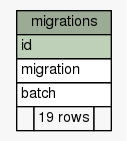
Earlier version of the Graphviz export web/app/database/schema/diagrams/summary/migrations.1degree.png (joaonzangoII/flightbookingsystem). Its source is kept beside it as web/app/database/schema/diagrams/summary/migrations.1degree.dot. Its diagram source:
```dot
digraph "migrations" {
  graph [
    rankdir="RL"
    bgcolor="#f7f7f7"
    nodesep="0.18"
    ranksep="0.46"
    fontname="Helvetica"
    fontsize="11"
  ];
  node [
    fontname="Helvetica"
    fontsize="11"
    shape="plaintext"
  ];
  edge [
    arrowsize="0.8"
  ];
  "migrations" [
    label=<
    <TABLE BORDER="0" CELLBORDER="1" CELLSPACING="0" BGCOLOR="#ffffff">
      <TR><TD COLSPAN="3" BGCOLOR="#9bab96" ALIGN="CENTER">migrations</TD></TR>
      <TR><TD PORT="id" COLSPAN="3" BGCOLOR="#bed1b8" ALIGN="LEFT">id</TD></TR>
      <TR><TD PORT="migration" COLSPAN="3" ALIGN="LEFT">migration</TD></TR>
      <TR><TD PORT="batch" COLSPAN="3" ALIGN="LEFT">batch</TD></TR>
      <TR><TD ALIGN="LEFT" BGCOLOR="#f7f7f7">  </TD><TD ALIGN="RIGHT" BGCOLOR="#f7f7f7">19 rows</TD><TD ALIGN="RIGHT" BGCOLOR="#f7f7f7">  </TD></TR>
    </TABLE>>
    URL="tables/migrations.html"
    tooltip="migrations"
  ];
}
```
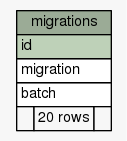
The same diagram one commit later.

What changed in the source:
```diff
@@ -22,7 +22,7 @@
       <TR><TD PORT="id" COLSPAN="3" BGCOLOR="#bed1b8" ALIGN="LEFT">id</TD></TR>
       <TR><TD PORT="migration" COLSPAN="3" ALIGN="LEFT">migration</TD></TR>
       <TR><TD PORT="batch" COLSPAN="3" ALIGN="LEFT">batch</TD></TR>
-      <TR><TD ALIGN="LEFT" BGCOLOR="#f7f7f7">  </TD><TD ALIGN="RIGHT" BGCOLOR="#f7f7f7">19 rows</TD><TD ALIGN="RIGHT" BGCOLOR="#f7f7f7">  </TD></TR>
+      <TR><TD ALIGN="LEFT" BGCOLOR="#f7f7f7">  </TD><TD ALIGN="RIGHT" BGCOLOR="#f7f7f7">20 rows</TD><TD ALIGN="RIGHT" BGCOLOR="#f7f7f7">  </TD></TR>
     </TABLE>>
     URL="tables/migrations.html"
     tooltip="migrations"
```
